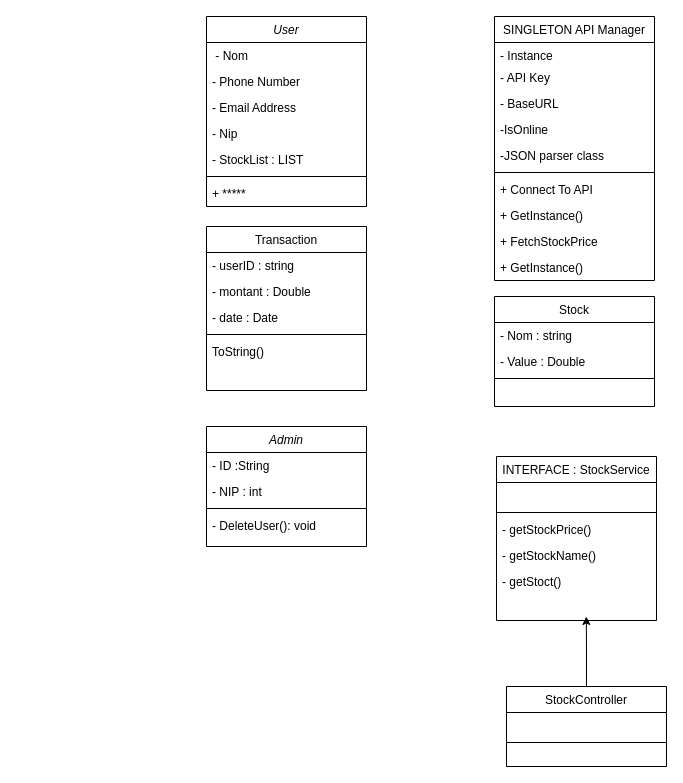
sashitaka/Stockify keeps this draw.io diagram as documentation/classDiagramStockify.drawio. Above is the earlier version. Source tidied: cells renumbered, new cells numbered last; positions are measured from the earlier drawing's top-left corner, leaving out a move shared by most shapes. Both pictures are drawn from the tidied source at 100%, with x=0, y=0 at pixel (206, 16).
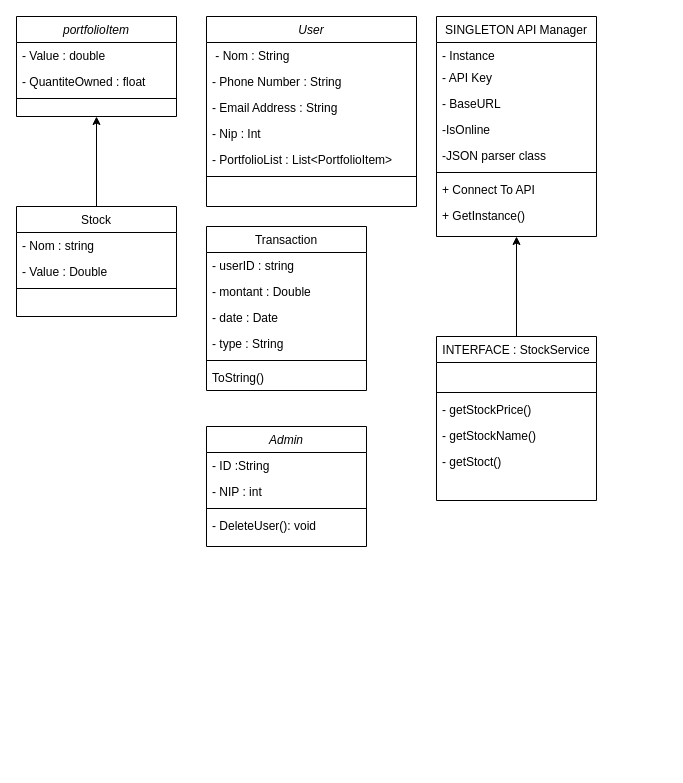
Above is the later version.

Unchanged cells that the change refers to:
```xml
<mxCell id="10" value="Transaction" style="swimlane;fontStyle=0;align=center;verticalAlign=top;horizontal=1;startSize=26;rounded=0;shadow=0;strokeWidth=1;" parent="1" vertex="1">
  <mxGeometry y="210" width="160" height="164" as="geometry" />
</mxCell>
```

What changed in the source:
```diff
@@
     <mxCell id="2" value="User" style="swimlane;fontStyle=2;align=center;verticalAlign=top;horizontal=1;startSize=26;rounded=0;shadow=0;strokeWidth=1;" parent="1" vertex="1">
-      <mxGeometry width="160" height="190" as="geometry" />
+      <mxGeometry width="210" height="190" as="geometry" />
     </mxCell>
-    <mxCell id="3" value=" - Nom" style="text;align=left;verticalAlign=top;spacingLeft=4;spacingRight=4;overflow=hidden;" parent="2" vertex="1">
-      <mxGeometry y="26" width="160" height="26" as="geometry" />
+    <mxCell id="3" value=" - Nom : String" style="text;align=left;verticalAlign=top;spacingLeft=4;spacingRight=4;overflow=hidden;" parent="2" vertex="1">
+      <mxGeometry y="26" width="210" height="26" as="geometry" />
     </mxCell>
-    <mxCell id="4" value="- Phone Number" style="text;align=left;verticalAlign=top;spacingLeft=4;spacingRight=4;overflow=hidden;rounded=0;shadow=0;html=0;" parent="2" vertex="1">
-      <mxGeometry y="52" width="160" height="26" as="geometry" />
+    <mxCell id="4" value="- Phone Number : String" style="text;align=left;verticalAlign=top;spacingLeft=4;spacingRight=4;overflow=hidden;rounded=0;shadow=0;html=0;" parent="2" vertex="1">
+      <mxGeometry y="52" width="210" height="26" as="geometry" />
     </mxCell>
-    <mxCell id="5" value="- Email Address" style="text;align=left;verticalAlign=top;spacingLeft=4;spacingRight=4;overflow=hidden;rounded=0;shadow=0;html=0;" parent="2" vertex="1">
-      <mxGeometry y="78" width="160" height="26" as="geometry" />
+    <mxCell id="5" value="- Email Address : String" style="text;align=left;verticalAlign=top;spacingLeft=4;spacingRight=4;overflow=hidden;rounded=0;shadow=0;html=0;" parent="2" vertex="1">
+      <mxGeometry y="78" width="210" height="26" as="geometry" />
     </mxCell>
-    <mxCell id="6" value="- Nip" style="text;align=left;verticalAlign=top;spacingLeft=4;spacingRight=4;overflow=hidden;rounded=0;shadow=0;html=0;" parent="2" vertex="1">
-      <mxGeometry y="104" width="160" height="26" as="geometry" />
+    <mxCell id="6" value="- Nip : Int" style="text;align=left;verticalAlign=top;spacingLeft=4;spacingRight=4;overflow=hidden;rounded=0;shadow=0;html=0;" parent="2" vertex="1">
+      <mxGeometry y="104" width="210" height="26" as="geometry" />
     </mxCell>
-    <mxCell id="7" value="- StockList : LIST" style="text;align=left;verticalAlign=top;spacingLeft=4;spacingRight=4;overflow=hidden;rounded=0;shadow=0;html=0;" parent="2" vertex="1">
-      <mxGeometry y="130" width="160" height="26" as="geometry" />
+    <mxCell id="7" value="- PortfolioList : List&lt;PortfolioItem&gt;" style="text;align=left;verticalAlign=top;spacingLeft=4;spacingRight=4;overflow=hidden;rounded=0;shadow=0;html=0;" parent="2" vertex="1">
+      <mxGeometry y="130" width="210" height="26" as="geometry" />
     </mxCell>
     <mxCell id="8" style="line;html=1;strokeWidth=1;align=left;verticalAlign=middle;spacingTop=-1;spacingLeft=3;spacingRight=3;labelPosition=right;" parent="2" vertex="1">
-      <mxGeometry y="156" width="160" height="8" as="geometry" />
+      <mxGeometry y="156" width="210" height="8" as="geometry" />
     </mxCell>
-    <mxCell id="9" value="+ *****" style="text;align=left;verticalAlign=top;spacingLeft=4;spacingRight=4;overflow=hidden;" parent="2" vertex="1">
-      <mxGeometry y="164" width="160" height="26" as="geometry" />
-    </mxCell>
@@
+    <mxCell id="46" value="- type : String" style="text;align=left;verticalAlign=top;spacingLeft=4;spacingRight=4;overflow=hidden;rounded=0;shadow=0;html=0;" parent="10" vertex="1">
+      <mxGeometry y="104" width="160" height="26" as="geometry" />
+    </mxCell>
     <mxCell id="14" style="line;html=1;strokeWidth=1;align=left;verticalAlign=middle;spacingTop=-1;spacingLeft=3;spacingRight=3;labelPosition=right;" parent="10" vertex="1">
-      <mxGeometry y="104" width="160" height="8" as="geometry" />
+      <mxGeometry y="130" width="160" height="8" as="geometry" />
     </mxCell>
     <mxCell id="15" value="ToString()" style="text;align=left;verticalAlign=top;spacingLeft=4;spacingRight=4;overflow=hidden;rounded=0;shadow=0;html=0;" parent="10" vertex="1">
-      <mxGeometry y="112" width="160" height="26" as="geometry" />
+      <mxGeometry y="138" width="160" height="26" as="geometry" />
     </mxCell>
+    <mxCell id="47" style="edgeStyle=orthogonalEdgeStyle;rounded=0;jettySize=auto;html=1;exitX=0.5;exitY=0;exitDx=0;exitDy=0;entryX=0.5;entryY=1;entryDx=0;entryDy=0;" parent="1" edge="1" source="16" target="49">
+      <mxGeometry relative="1" as="geometry" />
+    </mxCell>
     <mxCell id="16" value="Stock" style="swimlane;fontStyle=0;align=center;verticalAlign=top;horizontal=1;startSize=26;rounded=0;shadow=0;strokeWidth=1;" parent="1" vertex="1">
-      <mxGeometry x="288" y="280" width="160" height="110" as="geometry" />
+      <mxGeometry x="-190" y="190" width="160" height="110" as="geometry" />
     </mxCell>
@@
     <mxCell id="20" value="SINGLETON API Manager" style="swimlane;fontStyle=0;align=center;verticalAlign=top;horizontal=1;startSize=26;rounded=0;shadow=0;strokeWidth=1;" parent="1" vertex="1">
-      <mxGeometry x="288" width="160" height="264" as="geometry" />
+      <mxGeometry x="230" width="160" height="220" as="geometry" />
     </mxCell>
@@
-    <mxCell id="29" value="+ FetchStockPrice" style="text;align=left;verticalAlign=top;spacingLeft=4;spacingRight=4;overflow=hidden;" parent="20" vertex="1">
-      <mxGeometry y="212" width="160" height="26" as="geometry" />
-    </mxCell>
-    <mxCell id="30" value="+ GetInstance()" style="text;align=left;verticalAlign=top;spacingLeft=4;spacingRight=4;overflow=hidden;" parent="20" vertex="1">
-      <mxGeometry y="238" width="160" height="26" as="geometry" />
-    </mxCell>
@@
+    <mxCell id="48" style="edgeStyle=orthogonalEdgeStyle;rounded=0;jettySize=auto;html=1;exitX=0.5;exitY=0;exitDx=0;exitDy=0;entryX=0.5;entryY=1;entryDx=0;entryDy=0;" parent="1" edge="1" source="36" target="20">
+      <mxGeometry relative="1" as="geometry" />
+    </mxCell>
     <mxCell id="36" value="INTERFACE : StockService" style="swimlane;fontStyle=0;align=center;verticalAlign=top;horizontal=1;startSize=26;rounded=0;shadow=0;strokeWidth=1;" parent="1" vertex="1">
-      <mxGeometry x="290" y="440" width="160" height="164" as="geometry" />
+      <mxGeometry x="230" y="320" width="160" height="164" as="geometry" />
     </mxCell>
@@
-    <mxCell id="42" style="edgeStyle=orthogonalEdgeStyle;rounded=0;jettySize=auto;html=1;exitX=0.5;exitY=0;exitDx=0;exitDy=0;" parent="1" edge="1" source="43">
-      <mxGeometry relative="1" as="geometry">
-        <mxPoint x="379.8" y="600" as="targetPoint" />
-      </mxGeometry>
-    </mxCell>
-    <mxCell id="43" value="StockController" style="swimlane;fontStyle=0;align=center;verticalAlign=top;horizontal=1;startSize=26;rounded=0;shadow=0;strokeWidth=1;" parent="1" vertex="1">
-      <mxGeometry x="300" y="670" width="160" height="80" as="geometry" />
-    </mxCell>
-    <mxCell id="44" value=" " style="text;align=left;verticalAlign=top;spacingLeft=4;spacingRight=4;overflow=hidden;" parent="43" vertex="1">
-      <mxGeometry y="26" width="160" height="26" as="geometry" />
-    </mxCell>
-    <mxCell id="45" style="line;html=1;strokeWidth=1;align=left;verticalAlign=middle;spacingTop=-1;spacingLeft=3;spacingRight=3;labelPosition=right;" parent="43" vertex="1">
-      <mxGeometry y="52" width="160" height="8" as="geometry" />
-    </mxCell>
+    <mxCell id="49" value="portfolioItem" style="swimlane;fontStyle=2;align=center;verticalAlign=top;horizontal=1;startSize=26;rounded=0;shadow=0;strokeWidth=1;" parent="1" vertex="1">
+      <mxGeometry x="-190" width="160" height="100" as="geometry" />
+    </mxCell>
+    <mxCell id="50" value="- Value : double" style="text;align=left;verticalAlign=top;spacingLeft=4;spacingRight=4;overflow=hidden;rounded=0;shadow=0;html=0;" parent="49" vertex="1">
+      <mxGeometry y="26" width="160" height="26" as="geometry" />
+    </mxCell>
+    <mxCell id="51" value="- QuantiteOwned : float" style="text;align=left;verticalAlign=top;spacingLeft=4;spacingRight=4;overflow=hidden;rounded=0;shadow=0;html=0;" parent="49" vertex="1">
+      <mxGeometry y="52" width="160" height="26" as="geometry" />
+    </mxCell>
+    <mxCell id="52" style="line;html=1;strokeWidth=1;align=left;verticalAlign=middle;spacingTop=-1;spacingLeft=3;spacingRight=3;labelPosition=right;" parent="49" vertex="1">
+      <mxGeometry y="78" width="160" height="8" as="geometry" />
+    </mxCell>
```
